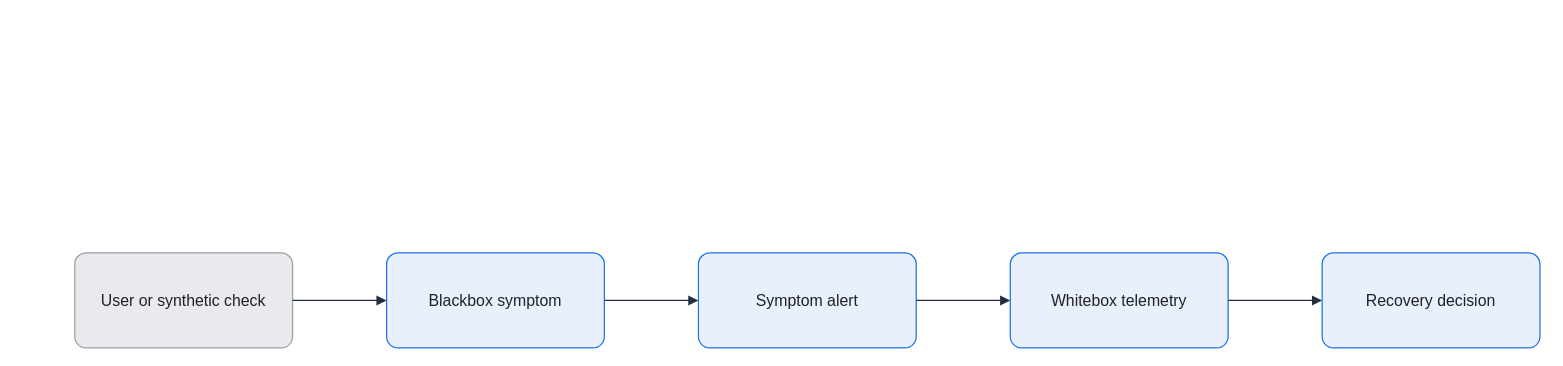
The draw.io diagram assets/img/observability/blackbox-whitebox-flow.drawio in KKamJi98/kkamji98.github.io, before the edit. Source tidied: cells renumbered, new cells numbered last; positions are measured from the earlier drawing's top-left corner, leaving out a move shared by most shapes. Both pictures are drawn from the tidied source at 99%, with x=0, y=0 at pixel (74, 252).
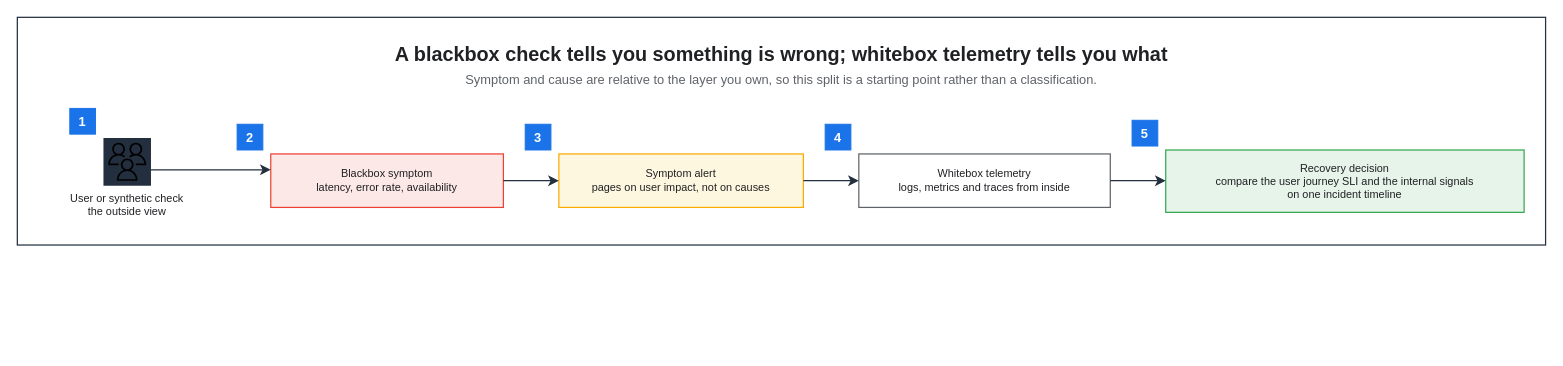
After the change.

The edit, as a diff of the source:
```diff
@@
 <mxGraphModel background="#FFFFFF">
   <root>
     <mxCell id="0" />
     <mxCell id="1" parent="0" />
-    <mxCell id="2" value="User or synthetic check" style="rounded=1;arcSize=12;whiteSpace=wrap;html=0;fillColor=#E8EAED;strokeColor=#9AA0A6;strokeWidth=1.25;fontColor=#202124;fontSize=16;align=center;verticalAlign=middle;spacing=8;shadow=0;" parent="1" vertex="1">
-      <mxGeometry width="220" height="96" as="geometry" />
-    </mxCell>
-    <mxCell id="3" value="Blackbox symptom" style="rounded=1;arcSize=12;whiteSpace=wrap;html=0;fillColor=#E8F0FE;strokeColor=#1A73E8;strokeWidth=1.25;fontColor=#202124;fontSize=16;align=center;verticalAlign=middle;spacing=8;shadow=0;" parent="1" vertex="1">
-      <mxGeometry x="315" width="220" height="96" as="geometry" />
-    </mxCell>
-    <mxCell id="4" value="Symptom alert" style="rounded=1;arcSize=12;whiteSpace=wrap;html=0;fillColor=#E8F0FE;strokeColor=#1A73E8;strokeWidth=1.25;fontColor=#202124;fontSize=16;align=center;verticalAlign=middle;spacing=8;shadow=0;" parent="1" vertex="1">
-      <mxGeometry x="630" width="220" height="96" as="geometry" />
-    </mxCell>
-    <mxCell id="5" value="Whitebox telemetry" style="rounded=1;arcSize=12;whiteSpace=wrap;html=0;fillColor=#E8F0FE;strokeColor=#1A73E8;strokeWidth=1.25;fontColor=#202124;fontSize=16;align=center;verticalAlign=middle;spacing=8;shadow=0;" parent="1" vertex="1">
-      <mxGeometry x="945" width="220" height="96" as="geometry" />
-    </mxCell>
-    <mxCell id="6" value="Recovery decision" style="rounded=1;arcSize=12;whiteSpace=wrap;html=0;fillColor=#E8F0FE;strokeColor=#1A73E8;strokeWidth=1.25;fontColor=#202124;fontSize=16;align=center;verticalAlign=middle;spacing=8;shadow=0;" parent="1" vertex="1">
-      <mxGeometry x="1260" width="220" height="96" as="geometry" />
-    </mxCell>
-    <mxCell id="7" style="edgeStyle=orthogonalEdgeStyle;rounded=0;jettySize=auto;html=0;endArrow=block;endFill=1;strokeColor=#232F3E;strokeWidth=1.25;fontColor=#202124;labelBackgroundColor=none;exitX=1;exitY=0.5;exitDx=0;exitDy=0;entryX=0;entryY=0.5;entryDx=0;entryDy=0;endSize=7;" parent="1" edge="1" source="2" target="3">
-      <mxGeometry relative="1" as="geometry" />
-    </mxCell>
-    <mxCell id="8" style="edgeStyle=orthogonalEdgeStyle;rounded=0;jettySize=auto;html=0;endArrow=block;endFill=1;strokeColor=#232F3E;strokeWidth=1.25;fontColor=#202124;labelBackgroundColor=none;exitX=1;exitY=0.5;exitDx=0;exitDy=0;entryX=0;entryY=0.5;entryDx=0;entryDy=0;endSize=7;" parent="1" edge="1" source="3" target="4">
-      <mxGeometry relative="1" as="geometry" />
-    </mxCell>
-    <mxCell id="9" style="edgeStyle=orthogonalEdgeStyle;rounded=0;jettySize=auto;html=0;endArrow=block;endFill=1;strokeColor=#232F3E;strokeWidth=1.25;fontColor=#202124;labelBackgroundColor=none;exitX=1;exitY=0.5;exitDx=0;exitDy=0;entryX=0;entryY=0.5;entryDx=0;entryDy=0;endSize=7;" parent="1" edge="1" source="4" target="5">
-      <mxGeometry relative="1" as="geometry" />
-    </mxCell>
-    <mxCell id="10" style="edgeStyle=orthogonalEdgeStyle;rounded=0;jettySize=auto;html=0;endArrow=block;endFill=1;strokeColor=#232F3E;strokeWidth=1.25;fontColor=#202124;labelBackgroundColor=none;exitX=1;exitY=0.5;exitDx=0;exitDy=0;entryX=0;entryY=0.5;entryDx=0;entryDy=0;endSize=7;" parent="1" edge="1" source="5" target="6">
-      <mxGeometry relative="1" as="geometry" />
-    </mxCell>
+    <mxCell id="11" style="rounded=0;html=0;fillColor=none;strokeColor=#232F3E;fontColor=#202124;strokeWidth=1.25;" parent="1" vertex="1">
+      <mxGeometry x="-58" y="-238" width="1543.7" height="230" as="geometry" />
+    </mxCell>
+    <mxCell id="12" value="A blackbox check tells you something is wrong; whitebox telemetry tells you what" style="text;html=0;whiteSpace=wrap;fillColor=none;strokeColor=none;fontColor=#202124;fontSize=20;fontStyle=1;align=center;verticalAlign=middle;" parent="1" vertex="1">
+      <mxGeometry x="-36" y="-216" width="1499.7" height="30" as="geometry" />
+    </mxCell>
+    <mxCell id="13" value="Symptom and cause are relative to the layer you own, so this split is a starting point rather than a classification." style="text;html=0;whiteSpace=wrap;fillColor=none;strokeColor=none;fontColor=#5F6368;fontSize=13;fontStyle=0;align=center;verticalAlign=middle;" parent="1" vertex="1">
+      <mxGeometry x="-36" y="-186" width="1499.7" height="22" as="geometry" />
+    </mxCell>
+    <mxCell id="14" value="User or synthetic check&#10;the outside view" style="sketch=0;outlineConnect=0;gradientColor=none;html=0;whiteSpace=nowrap;fontSize=11;fontStyle=0;fontColor=#202124;verticalLabelPosition=bottom;verticalAlign=top;align=center;labelBackgroundColor=none;fillColor=#232F3E;strokeColor=none;dashed=0;shape=mxgraph.aws4.resourceIcon;resIcon=mxgraph.aws4.users;" parent="1" vertex="1">
+      <mxGeometry x="29" y="-116" width="48" height="48" as="geometry" />
+    </mxCell>
+    <mxCell id="15" value="Blackbox symptom&#10;latency, error rate, availability" style="rounded=0;whiteSpace=wrap;html=0;fillColor=#FCE8E6;strokeColor=#EA4335;fontColor=#202124;fontSize=11;fontStyle=0;align=center;verticalAlign=middle;spacingLeft=6;spacingRight=6;strokeWidth=1.25;" parent="1" vertex="1">
+      <mxGeometry x="198" y="-100" width="235" height="54" as="geometry" />
+    </mxCell>
+    <mxCell id="16" value="Symptom alert&#10;pages on user impact, not on causes" style="rounded=0;whiteSpace=wrap;html=0;fillColor=#FEF7E0;strokeColor=#F9AB00;fontColor=#202124;fontSize=11;fontStyle=0;align=center;verticalAlign=middle;spacingLeft=6;spacingRight=6;strokeWidth=1.25;" parent="1" vertex="1">
+      <mxGeometry x="489" y="-100" width="247" height="54" as="geometry" />
+    </mxCell>
+    <mxCell id="17" value="Whitebox telemetry&#10;logs, metrics and traces from inside" style="rounded=0;whiteSpace=wrap;html=0;fillColor=#FFFFFF;strokeColor=#5F6368;fontColor=#202124;fontSize=11;fontStyle=0;align=center;verticalAlign=middle;spacingLeft=6;spacingRight=6;strokeWidth=1.25;" parent="1" vertex="1">
+      <mxGeometry x="792" y="-100" width="254" height="54" as="geometry" />
+    </mxCell>
+    <mxCell id="18" value="Recovery decision&#10;compare the user journey SLI and the internal signals&#10;on one incident timeline" style="rounded=0;whiteSpace=wrap;html=0;fillColor=#E6F4EA;strokeColor=#34A853;fontColor=#202124;fontSize=11;fontStyle=0;align=center;verticalAlign=middle;spacingLeft=6;spacingRight=6;strokeWidth=1.25;" parent="1" vertex="1">
+      <mxGeometry x="1102" y="-104" width="362" height="63" as="geometry" />
+    </mxCell>
+    <mxCell id="19" value="1" style="rounded=0;whiteSpace=wrap;html=0;fillColor=#1A73E8;strokeColor=#1A73E8;fontColor=#FFFFFF;fontSize=13;fontStyle=1;align=center;verticalAlign=middle;" parent="1" vertex="1">
+      <mxGeometry x="-5" y="-146" width="26" height="26" as="geometry" />
+    </mxCell>
+    <mxCell id="20" value="2" style="rounded=0;whiteSpace=wrap;html=0;fillColor=#1A73E8;strokeColor=#1A73E8;fontColor=#FFFFFF;fontSize=13;fontStyle=1;align=center;verticalAlign=middle;" parent="1" vertex="1">
+      <mxGeometry x="164" y="-130" width="26" height="26" as="geometry" />
+    </mxCell>
+    <mxCell id="21" value="3" style="rounded=0;whiteSpace=wrap;html=0;fillColor=#1A73E8;strokeColor=#1A73E8;fontColor=#FFFFFF;fontSize=13;fontStyle=1;align=center;verticalAlign=middle;" parent="1" vertex="1">
+      <mxGeometry x="455" y="-130" width="26" height="26" as="geometry" />
+    </mxCell>
+    <mxCell id="22" value="4" style="rounded=0;whiteSpace=wrap;html=0;fillColor=#1A73E8;strokeColor=#1A73E8;fontColor=#FFFFFF;fontSize=13;fontStyle=1;align=center;verticalAlign=middle;" parent="1" vertex="1">
+      <mxGeometry x="758" y="-130" width="26" height="26" as="geometry" />
+    </mxCell>
+    <mxCell id="23" value="5" style="rounded=0;whiteSpace=wrap;html=0;fillColor=#1A73E8;strokeColor=#1A73E8;fontColor=#FFFFFF;fontSize=13;fontStyle=1;align=center;verticalAlign=middle;" parent="1" vertex="1">
+      <mxGeometry x="1068" y="-134" width="26" height="26" as="geometry" />
+    </mxCell>
+    <mxCell id="24" style="edgeStyle=orthogonalEdgeStyle;rounded=0;html=0;strokeColor=#232F3E;strokeWidth=1.25;endArrow=classic;endFill=1;endSize=7;fontSize=11;fontColor=#202124;labelBackgroundColor=none;jettySize=14;exitX=1;exitY=0.6667;entryX=0;entryY=0.2963;exitDx=0;exitDy=0;entryDx=0;entryDy=0;" parent="1" edge="1" source="14" target="15">
+      <mxGeometry relative="1" as="geometry" />
+    </mxCell>
+    <mxCell id="25" style="edgeStyle=orthogonalEdgeStyle;rounded=0;html=0;strokeColor=#232F3E;strokeWidth=1.25;endArrow=classic;endFill=1;endSize=7;fontSize=11;fontColor=#202124;labelBackgroundColor=none;jettySize=14;exitX=1;exitY=0.5;entryX=0;entryY=0.5;exitDx=0;exitDy=0;entryDx=0;entryDy=0;" parent="1" edge="1" source="15" target="16">
+      <mxGeometry relative="1" as="geometry" />
+    </mxCell>
+    <mxCell id="26" style="edgeStyle=orthogonalEdgeStyle;rounded=0;html=0;strokeColor=#232F3E;strokeWidth=1.25;endArrow=classic;endFill=1;endSize=7;fontSize=11;fontColor=#202124;labelBackgroundColor=none;jettySize=14;exitX=1;exitY=0.5;entryX=0;entryY=0.5;exitDx=0;exitDy=0;entryDx=0;entryDy=0;" parent="1" edge="1" source="16" target="17">
+      <mxGeometry relative="1" as="geometry" />
+    </mxCell>
+    <mxCell id="27" style="edgeStyle=orthogonalEdgeStyle;rounded=0;html=0;strokeColor=#232F3E;strokeWidth=1.25;endArrow=classic;endFill=1;endSize=7;fontSize=11;fontColor=#202124;labelBackgroundColor=none;jettySize=14;exitX=1;exitY=0.5;entryX=0;entryY=0.4921;exitDx=0;exitDy=0;entryDx=0;entryDy=0;" parent="1" edge="1" source="17" target="18">
+      <mxGeometry relative="1" as="geometry" />
+    </mxCell>
   </root>
 </mxGraphModel>
```
